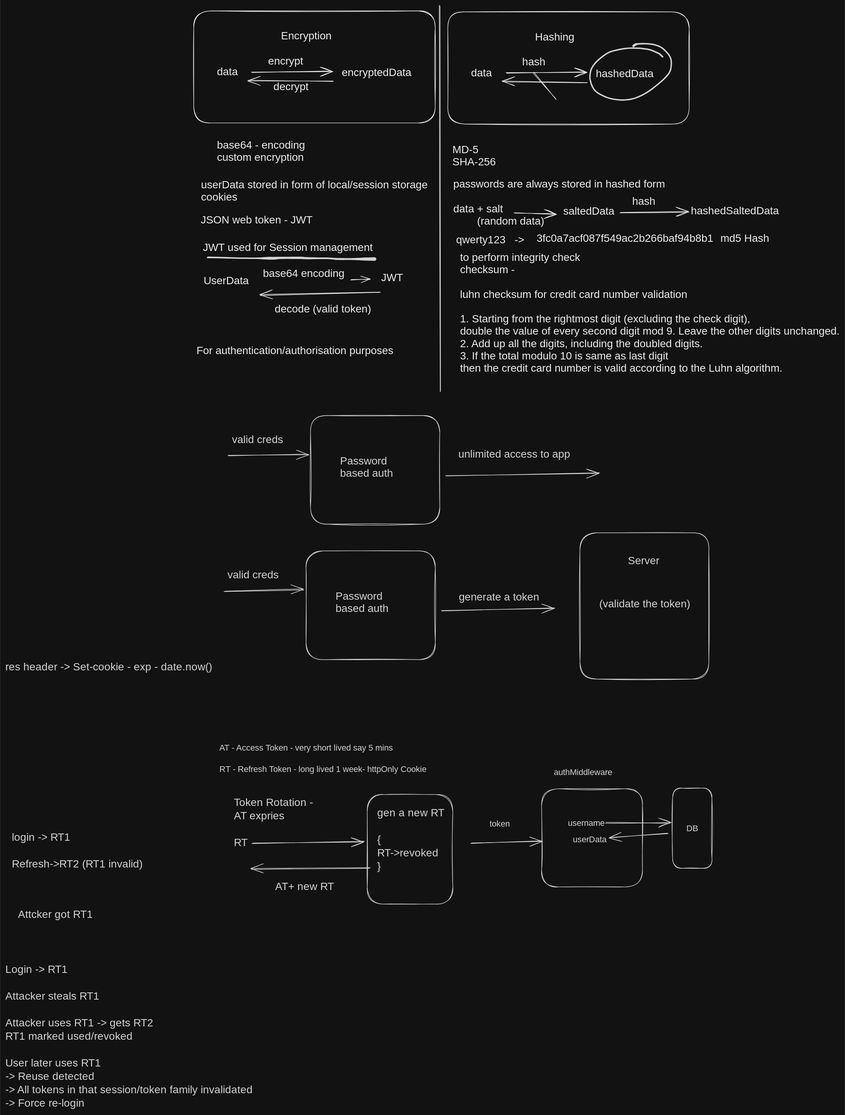
nikhilsharma2407/batch-68 keeps this Excalidraw diagram as notes/Day-15 Hashing vs Encryption, Intro to session management using auth token.svg. Above is the earlier version. Source tidied: one line per element, renumbered; positions are measured from the earlier drawing's top-left corner, leaving out a move shared by most shapes. Source of this version:
```json
{"id": 0, "type": "text", "text": "data ", "strokeColor": "#000000", "strokeWidth": 1, "roughness": 1, "fontSize": 20, "fontFamily": 2, "x": 395, "y": 113, "width": 44, "height": 23}
{"id": 1, "type": "arrow", "strokeColor": "#000000", "strokeWidth": 1, "roughness": 1, "endArrowhead": "arrow", "round": true, "x": 461, "y": 125, "width": 150, "height": 2, "points": [[0, 0], [150, -2]]}
{"id": 2, "type": "text", "text": "encrypt", "strokeColor": "#000000", "strokeWidth": 1, "roughness": 1, "fontSize": 20, "fontFamily": 2, "x": 491, "y": 93, "width": 66, "height": 23}
{"id": 3, "type": "text", "text": "decrypt", "strokeColor": "#000000", "strokeWidth": 1, "roughness": 1, "fontSize": 20, "fontFamily": 2, "x": 501, "y": 142, "width": 66, "height": 23}
{"id": 4, "type": "text", "text": "encryptedData", "strokeColor": "#000000", "strokeWidth": 1, "roughness": 1, "fontSize": 20, "fontFamily": 2, "x": 629, "y": 115, "width": 130, "height": 23}
{"id": 5, "type": "arrow", "strokeColor": "#000000", "strokeWidth": 1, "roughness": 1, "endArrowhead": "arrow", "round": true, "to": 0, "x": 612, "y": 141, "width": 158, "height": 2, "points": [[0, 0], [-158, -2]]}
{"id": 6, "type": "text", "text": "Encryption", "strokeColor": "#000000", "strokeWidth": 1, "roughness": 1, "fontSize": 20, "fontFamily": 2, "x": 515, "y": 46, "width": 94, "height": 23}
{"id": 7, "type": "rectangle", "strokeColor": "#000000", "strokeWidth": 1, "roughness": 1, "round": true, "x": 352, "y": 10, "width": 451, "height": 210}
{"id": 8, "type": "text", "text": "data ", "strokeColor": "#000000", "strokeWidth": 1, "roughness": 1, "fontSize": 20, "fontFamily": 2, "x": 870, "y": 115, "width": 44, "height": 23}
{"id": 9, "type": "arrow", "strokeColor": "#000000", "strokeWidth": 1, "roughness": 1, "endArrowhead": "arrow", "round": true, "x": 936, "y": 127, "width": 150, "height": 2, "points": [[0, 0], [150, -2]]}
{"id": 10, "type": "text", "text": "hash", "strokeColor": "#000000", "strokeWidth": 1, "roughness": 1, "fontSize": 20, "fontFamily": 2, "x": 966, "y": 95, "width": 43, "height": 23}
{"id": 11, "type": "text", "text": "hashedData", "strokeColor": "#000000", "strokeWidth": 1, "roughness": 1, "fontSize": 20, "fontFamily": 2, "x": 1103, "y": 117, "width": 108, "height": 23}
{"id": 12, "type": "arrow", "strokeColor": "#000000", "strokeWidth": 1, "roughness": 1, "endArrowhead": "arrow", "round": true, "to": 8, "x": 1087, "y": 143, "width": 158, "height": 2, "points": [[0, 0], [-158, -2]]}
{"id": 13, "type": "text", "text": "Hashing", "strokeColor": "#000000", "strokeWidth": 1, "roughness": 1, "fontSize": 20, "fontFamily": 2, "x": 990, "y": 48, "width": 73, "height": 23}
{"id": 14, "type": "rectangle", "strokeColor": "#000000", "strokeWidth": 1, "roughness": 1, "round": true, "x": 827, "y": 12, "width": 451, "height": 210}
{"id": 15, "type": "line", "strokeColor": "#000000", "strokeWidth": 1, "roughness": 1, "round": true, "x": 987, "y": 125, "width": 42, "height": 50, "points": [[0, 0], [42, 50]]}
{"id": 16, "type": "line", "strokeColor": "#000000", "strokeWidth": 1, "roughness": 1, "round": true, "x": 812, "y": 0, "width": 0, "height": 721, "points": [[0, 0], [0, 721]]}
{"id": 17, "type": "text", "text": "base64 - encoding\ncustom encryption", "strokeColor": "#000000", "strokeWidth": 1, "roughness": 1, "fontSize": 20, "fontFamily": 2, "x": 395, "y": 250, "width": 165, "height": 46}
{"id": 18, "type": "text", "text": "MD-5 \nSHA-256", "strokeColor": "#000000", "strokeWidth": 1, "roughness": 1, "fontSize": 20, "fontFamily": 2, "x": 835, "y": 259, "width": 81, "height": 46}
{"id": 19, "type": "text", "text": "passwords are always stored in hashed form\n\ndata + salt\n        (random data)", "strokeColor": "#000000", "strokeWidth": 1, "roughness": 1, "fontSize": 20, "fontFamily": 2, "x": 837, "y": 324, "width": 396, "height": 92}
{"id": 20, "type": "arrow", "strokeColor": "#000000", "strokeWidth": 1, "roughness": 1, "endArrowhead": "arrow", "round": true, "to": 21, "x": 952, "y": 388, "width": 77, "height": 2, "points": [[0, 0], [77, 2]]}
{"id": 21, "type": "text", "text": "saltedData", "strokeColor": "#000000", "strokeWidth": 1, "roughness": 1, "fontSize": 20, "fontFamily": 2, "x": 1043, "y": 374, "width": 96, "height": 23}
{"id": 22, "type": "arrow", "strokeColor": "#000000", "strokeWidth": 1, "roughness": 1, "endArrowhead": "arrow", "round": true, "from": 21, "to": 24, "x": 1149, "y": 387, "width": 127, "height": 2, "points": [[0, 0], [127, -2]]}
{"id": 23, "type": "text", "text": "hash", "strokeColor": "#000000", "strokeWidth": 1, "roughness": 1, "fontSize": 20, "fontFamily": 2, "x": 1171, "y": 356, "width": 43, "height": 23}
{"id": 24, "type": "text", "text": "hashedSaltedData", "strokeColor": "#000000", "strokeWidth": 1, "roughness": 1, "fontSize": 20, "fontFamily": 2, "x": 1281, "y": 374, "width": 165, "height": 23}
{"id": 25, "type": "text", "text": "qwerty123   ->", "strokeColor": "#000000", "strokeWidth": 1, "roughness": 1, "fontSize": 20, "fontFamily": 2, "x": 842, "y": 428, "width": 127, "height": 23}
{"id": 26, "type": "text", "text": "3fc0a7acf087f549ac2b266baf94b8b1", "strokeColor": "#000000", "strokeWidth": 1, "roughness": 1, "fontSize": 20, "fontFamily": 2, "x": 993, "y": 425, "width": 330, "height": 23}
{"id": 27, "type": "text", "text": "md5 Hash", "strokeColor": "#000000", "strokeWidth": 1, "roughness": 1, "fontSize": 20, "fontFamily": 2, "x": 1336, "y": 425, "width": 91, "height": 23}
{"id": 28, "type": "text", "text": "to perform integrity check\nchecksum - \n\nluhn checksum for credit card number validation\n\n1. Starting from the rightmost digit (excluding the check digit), \ndouble the value of every second digit mod 9. Leave the other digits unchanged.\n2. Add up all the digits, including the doubled digits.\n3. If the total modulo 10 is same as last digit\nthen the credit card number is valid according to the Luhn algorithm.\n\n", "strokeColor": "#000000", "strokeWidth": 1, "roughness": 1, "fontSize": 20, "fontFamily": 2, "x": 850, "y": 461, "width": 709, "height": 276}
{"id": 29, "type": "text", "text": "userData stored in form of local/session storage\ncookies", "strokeColor": "#000000", "strokeWidth": 1, "roughness": 1, "fontSize": 20, "fontFamily": 2, "x": 366, "y": 325, "width": 424, "height": 46}
{"id": 30, "type": "text", "text": "JSON web token - JWT", "strokeColor": "#000000", "strokeWidth": 1, "roughness": 1, "fontSize": 20, "fontFamily": 2, "x": 365, "y": 391, "width": 209, "height": 23}
{"id": 31, "type": "text", "text": "JWT used for Session management\n", "strokeColor": "#000000", "strokeWidth": 1, "roughness": 1, "fontSize": 20, "fontFamily": 2, "x": 369, "y": 442, "width": 318, "height": 46}
{"id": 32, "type": "text", "text": "UserData ", "strokeColor": "#000000", "strokeWidth": 1, "roughness": 1, "fontSize": 20, "fontFamily": 2, "x": 370, "y": 504, "width": 90, "height": 23}
{"id": 33, "type": "arrow", "strokeColor": "#000000", "strokeWidth": 1, "roughness": 1, "endArrowhead": "arrow", "round": true, "from": 35, "x": 646, "y": 513, "width": 36, "height": 1, "points": [[0, 0], [36, -1]]}
{"id": 34, "type": "text", "text": "JWT", "strokeColor": "#000000", "strokeWidth": 1, "roughness": 1, "fontSize": 20, "fontFamily": 2, "x": 702, "y": 498, "width": 41, "height": 23}
{"id": 35, "type": "text", "text": "base64 encoding", "strokeColor": "#000000", "strokeWidth": 1, "roughness": 1, "fontSize": 20, "fontFamily": 2, "x": 481, "y": 490, "width": 152, "height": 23}
{"id": 36, "type": "arrow", "strokeColor": "#000000", "strokeWidth": 1, "roughness": 1, "endArrowhead": "arrow", "round": true, "from": 34, "x": 701, "y": 535, "width": 226, "height": 7, "points": [[0, 0], [-226, 7]]}
{"id": 37, "type": "text", "text": "decode (valid token)", "strokeColor": "#000000", "strokeWidth": 1, "roughness": 1, "fontSize": 20, "fontFamily": 2, "x": 503, "y": 557, "width": 180, "height": 23}
{"id": 38, "type": "text", "text": "For authentication/authorisation purposes", "strokeColor": "#000000", "strokeWidth": 1, "roughness": 1, "fontSize": 20, "fontFamily": 2, "x": 357, "y": 635, "width": 368, "height": 23}
{"id": 39, "type": "rectangle", "strokeColor": "#1e1e1e", "strokeWidth": 1, "roughness": 1, "round": true, "x": 570, "y": 767, "width": 242, "height": 203}
{"id": 40, "type": "text", "text": "Password\nbased auth", "strokeColor": "#1e1e1e", "strokeWidth": 1, "roughness": 1, "fontSize": 20, "fontFamily": 2, "x": 625, "y": 841, "width": 99, "height": 46}
{"id": 41, "type": "arrow", "strokeColor": "#1e1e1e", "strokeWidth": 1, "roughness": 1, "endArrowhead": "arrow", "round": true, "to": 39, "x": 417, "y": 842, "width": 149, "height": 2, "points": [[0, 0], [149, -2]]}
{"id": 42, "type": "text", "text": "valid creds", "strokeColor": "#1e1e1e", "strokeWidth": 1, "roughness": 1, "fontSize": 20, "fontFamily": 2, "x": 423, "y": 801, "width": 96, "height": 23}
{"id": 43, "type": "arrow", "strokeColor": "#1e1e1e", "strokeWidth": 1, "roughness": 1, "endArrowhead": "arrow", "round": true, "from": 39, "x": 824, "y": 879, "width": 286, "height": 5, "points": [[0, 0], [286, -5]]}
{"id": 44, "type": "text", "text": "unlimited access to app", "strokeColor": "#1e1e1e", "strokeWidth": 1, "roughness": 1, "fontSize": 20, "fontFamily": 2, "x": 846, "y": 829, "width": 209, "height": 23}
{"id": 45, "type": "rectangle", "strokeColor": "#1e1e1e", "strokeWidth": 1, "roughness": 1, "round": true, "x": 562, "y": 1020, "width": 242, "height": 203}
{"id": 46, "type": "text", "text": "Password\nbased auth", "strokeColor": "#1e1e1e", "strokeWidth": 1, "roughness": 1, "fontSize": 20, "fontFamily": 2, "x": 617, "y": 1094, "width": 99, "height": 46}
{"id": 47, "type": "arrow", "strokeColor": "#1e1e1e", "strokeWidth": 1, "roughness": 1, "endArrowhead": "arrow", "round": true, "to": 45, "x": 409, "y": 1095, "width": 149, "height": 2, "points": [[0, 0], [149, -2]]}
{"id": 48, "type": "text", "text": "valid creds", "strokeColor": "#1e1e1e", "strokeWidth": 1, "roughness": 1, "fontSize": 20, "fontFamily": 2, "x": 415, "y": 1054, "width": 96, "height": 23}
{"id": 49, "type": "arrow", "strokeColor": "#1e1e1e", "strokeWidth": 1, "roughness": 1, "endArrowhead": "arrow", "round": true, "from": 45, "x": 816, "y": 1132, "width": 212, "height": 5, "points": [[0, 0], [212, -5]]}
{"id": 50, "type": "text", "text": "generate a token", "strokeColor": "#1e1e1e", "strokeWidth": 1, "roughness": 1, "fontSize": 20, "fontFamily": 2, "x": 847, "y": 1096, "width": 150, "height": 23}
{"id": 51, "type": "rectangle", "strokeColor": "#1e1e1e", "strokeWidth": 1, "roughness": 1, "round": true, "x": 1074, "y": 986, "width": 241, "height": 274}
{"id": 52, "type": "text", "text": "Server", "strokeColor": "#1e1e1e", "strokeWidth": 1, "roughness": 1, "fontSize": 20, "fontFamily": 2, "x": 1163, "y": 1028, "width": 59, "height": 23}
{"id": 53, "type": "text", "text": "(validate the token)", "strokeColor": "#1e1e1e", "strokeWidth": 1, "roughness": 1, "fontSize": 20, "fontFamily": 2, "x": 1110, "y": 1108, "width": 170, "height": 23}
{"id": 54, "type": "freedraw", "strokeColor": "#1e1e1e", "strokeWidth": 1, "roughness": 1, "x": 1228, "y": 96, "width": 153, "height": 106, "points": [[0, 0], [-4, -4], [-8, -7], [-20, -12], [-31, -15], [-47, -16], [-63, -16], [-74, -15], [-92, -11], [-103, -7], [-113, 0], [-123, 8], [-133, 21], [-136, 32], [-136, 45], [-129, 62], [-116, 72], [-91, 81], [-66, 82], [-42, 76], [-16, 59], [6, 39], [15, 28], [17, 16], [15, -2], [6, -11], [-5, -20], [-16, -23], [-31, -25], [-38, -25], [-46, -24], [-51, -23], [-52, -22], [-54, -20]]}
{"id": 55, "type": "freedraw", "strokeColor": "#1e1e1e", "strokeWidth": 1, "roughness": 1, "x": 378, "y": 471, "width": 312, "height": 3, "points": [[0, 0], [20, 0], [57, 1], [83, 1], [94, 1], [103, 1], [109, 1], [114, 1], [123, 1], [132, 1], [143, 1], [154, 1], [163, 1], [171, 1], [182, 1], [193, 1], [207, 1], [221, 1], [231, 2], [242, 3], [254, 3], [265, 3], [275, 3], [283, 3], [288, 3], [291, 3], [296, 3], [301, 3], [305, 3], [308, 3], [311, 3]]}
{"id": 56, "type": "text", "text": "\n\nAT - Access Token - very short lived say 5 mins\n\nRT - Refresh Token - long lived 1 week- httpOnly Cookie", "strokeColor": "#1e1e1e", "strokeWidth": 1, "roughness": 1, "fontSize": 16, "fontFamily": 6, "x": 400, "y": 1338, "width": 409, "height": 100}
{"id": 57, "type": "rectangle", "strokeColor": "#1e1e1e", "strokeWidth": 1, "roughness": 1, "round": true, "x": 1002, "y": 1465, "width": 188, "height": 184}
{"id": 58, "type": "arrow", "strokeColor": "#1e1e1e", "strokeWidth": 1, "roughness": 1, "endArrowhead": "arrow", "round": true, "to": 57, "x": 871, "y": 1567, "width": 132, "height": 4, "points": [[0, 0], [132, -4]]}
{"id": 59, "type": "text", "text": "token", "strokeColor": "#1e1e1e", "strokeWidth": 1, "roughness": 1, "fontSize": 16, "fontFamily": 6, "x": 905, "y": 1520, "width": 40, "height": 20}
{"id": 60, "type": "text", "text": "username", "strokeColor": "#1e1e1e", "strokeWidth": 1, "roughness": 1, "fontSize": 16, "fontFamily": 6, "x": 1051, "y": 1518, "width": 71, "height": 20}
{"id": 61, "type": "text", "text": "authMiddleware", "strokeColor": "#1e1e1e", "strokeWidth": 1, "roughness": 1, "fontSize": 16, "fontFamily": 6, "x": 1025, "y": 1424, "width": 118, "height": 20}
{"id": 62, "type": "arrow", "strokeColor": "#1e1e1e", "strokeWidth": 1, "roughness": 1, "endArrowhead": "arrow", "round": true, "x": 1122, "y": 1528, "width": 121, "height": 0, "points": [[0, 0], [121, 0]]}
{"id": 63, "type": "rectangle", "strokeColor": "#1e1e1e", "strokeWidth": 1, "roughness": 1, "round": true, "x": 1247, "y": 1463, "width": 74, "height": 150}
{"id": 64, "type": "text", "text": "DB", "strokeColor": "#1e1e1e", "strokeWidth": 1, "roughness": 1, "fontSize": 16, "fontFamily": 6, "textAlign": "center", "verticalAlign": "middle", "inside": 63, "x": 1272, "y": 1528, "width": 23, "height": 20}
{"id": 65, "type": "arrow", "strokeColor": "#1e1e1e", "strokeWidth": 1, "roughness": 1, "endArrowhead": "arrow", "round": true, "from": 63, "x": 1238, "y": 1548, "width": 109, "height": 9, "points": [[0, 0], [-109, 9]]}
{"id": 66, "type": "text", "text": "userData", "strokeColor": "#1e1e1e", "strokeWidth": 1, "roughness": 1, "fontSize": 16, "fontFamily": 6, "x": 1061, "y": 1549, "width": 66, "height": 20}
{"id": 67, "type": "text", "text": "Token Rotation - \nAT expries\n\nRT", "strokeColor": "#1e1e1e", "strokeWidth": 1, "roughness": 1, "fontSize": 20, "fontFamily": 6, "x": 427, "y": 1478, "width": 155, "height": 100}
{"id": 68, "type": "arrow", "strokeColor": "#1e1e1e", "strokeWidth": 1, "roughness": 1, "endArrowhead": "arrow", "round": true, "from": 67, "x": 461, "y": 1567, "width": 210, "height": 5, "points": [[0, 0], [210, -5]]}
{"id": 69, "type": "rectangle", "strokeColor": "#1e1e1e", "strokeWidth": 1, "roughness": 1, "round": true, "x": 676, "y": 1475, "width": 160, "height": 205}
{"id": 70, "type": "arrow", "strokeColor": "#1e1e1e", "strokeWidth": 1, "roughness": 1, "endArrowhead": "arrow", "round": true, "from": 69, "x": 681, "y": 1614, "width": 221, "height": 1, "points": [[0, 0], [-221, 1]]}
{"id": 71, "type": "text", "text": "AT+ new RT", "strokeColor": "#1e1e1e", "strokeWidth": 1, "roughness": 1, "fontSize": 20, "fontFamily": 6, "x": 504, "y": 1635, "width": 112, "height": 25}
{"id": 72, "type": "text", "text": "gen a new RT\n\n{\nRT->revoked\n}", "strokeColor": "#1e1e1e", "strokeWidth": 1, "roughness": 1, "fontSize": 20, "fontFamily": 6, "x": 695, "y": 1497, "width": 124, "height": 125}
{"id": 73, "type": "text", "text": "res header -> Set-cookie - exp - date.now()\n", "strokeColor": "#1e1e1e", "strokeWidth": 1, "roughness": 1, "fontSize": 20, "fontFamily": 6, "x": 0, "y": 1224, "width": 391, "height": 50}
{"id": 74, "type": "text", "text": "login -> RT1\n\nRefresh->RT2 (RT1 invalid)", "strokeColor": "#1e1e1e", "strokeWidth": 1, "roughness": 1, "fontSize": 20, "fontFamily": 6, "x": 12, "y": 1543, "width": 247, "height": 75}
{"id": 75, "type": "text", "text": "Attcker got RT1\n", "strokeColor": "#1e1e1e", "strokeWidth": 1, "roughness": 1, "fontSize": 20, "fontFamily": 6, "x": 23, "y": 1687, "width": 143, "height": 50}
{"id": 76, "type": "text", "text": "Login -> RT1\n\nAttacker steals RT1\n\nAttacker uses RT1 -> gets RT2\nRT1 marked used/revoked\n\nUser later uses RT1\n-> Reuse detected\n-> All tokens in that session/token family invalidated\n-> Force re-login", "strokeColor": "#1e1e1e", "strokeWidth": 1, "roughness": 1, "fontSize": 20, "fontFamily": 6, "x": 0, "y": 1790, "width": 474, "height": 275}
```
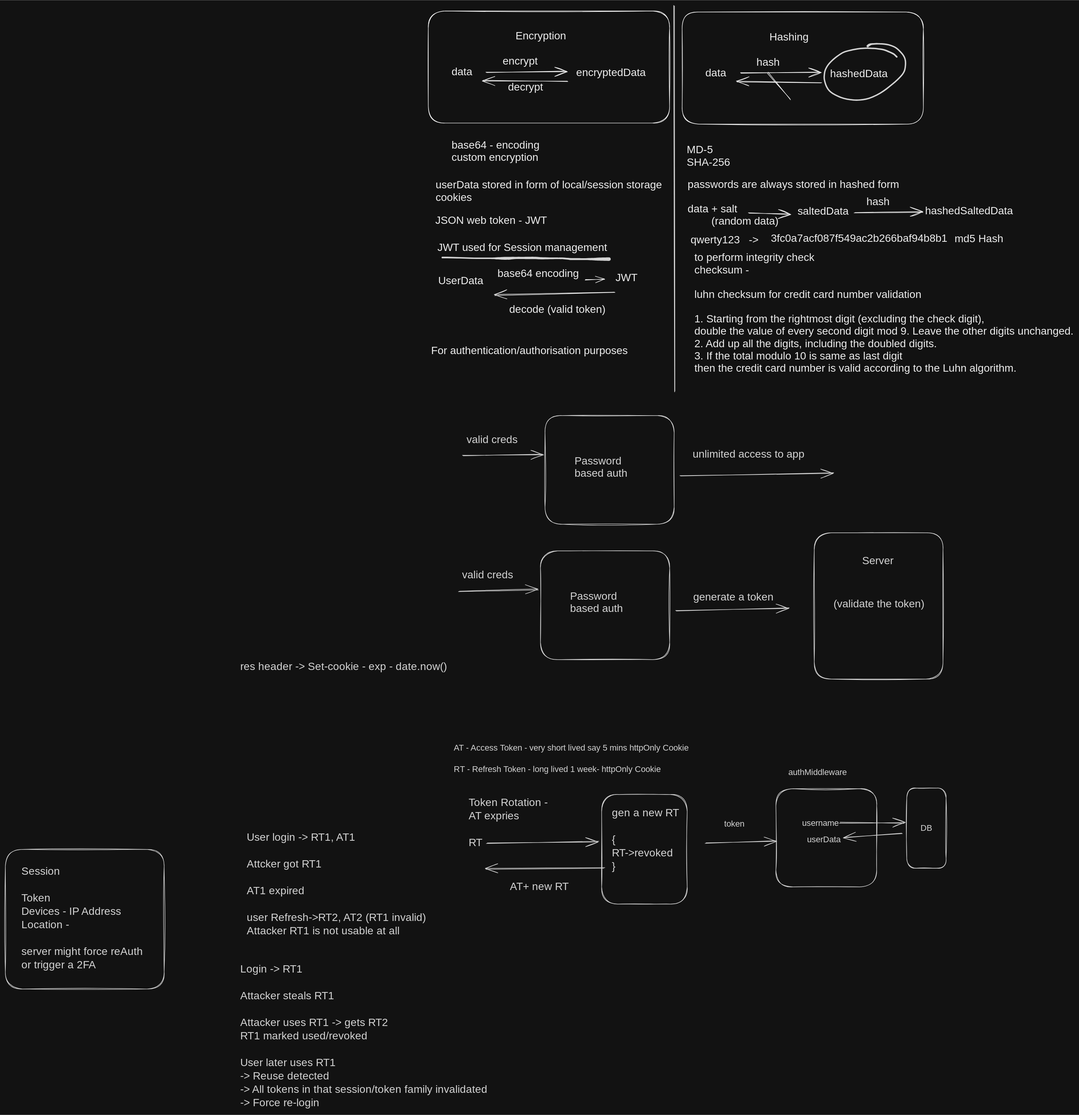
After the change.

Commit message:
Day-16: Client side storage, httpOnly cookies, auth using token, 2FA setup via Google Authenticator

What changed in the source:
```diff
@@ -54,7 +54,7 @@
 {"id": 53, "type": "text", "text": "(validate the token)", "strokeColor": "#1e1e1e", "strokeWidth": 1, "roughness": 1, "fontSize": 20, "fontFamily": 2, "x": 1110, "y": 1108, "width": 170, "height": 23}
 {"id": 54, "type": "freedraw", "strokeColor": "#1e1e1e", "strokeWidth": 1, "roughness": 1, "x": 1228, "y": 96, "width": 153, "height": 106, "points": [[0, 0], [-4, -4], [-8, -7], [-20, -12], [-31, -15], [-47, -16], [-63, -16], [-74, -15], [-92, -11], [-103, -7], [-113, 0], [-123, 8], [-133, 21], [-136, 32], [-136, 45], [-129, 62], [-116, 72], [-91, 81], [-66, 82], [-42, 76], [-16, 59], [6, 39], [15, 28], [17, 16], [15, -2], [6, -11], [-5, -20], [-16, -23], [-31, -25], [-38, -25], [-46, -24], [-51, -23], [-52, -22], [-54, -20]]}
 {"id": 55, "type": "freedraw", "strokeColor": "#1e1e1e", "strokeWidth": 1, "roughness": 1, "x": 378, "y": 471, "width": 312, "height": 3, "points": [[0, 0], [20, 0], [57, 1], [83, 1], [94, 1], [103, 1], [109, 1], [114, 1], [123, 1], [132, 1], [143, 1], [154, 1], [163, 1], [171, 1], [182, 1], [193, 1], [207, 1], [221, 1], [231, 2], [242, 3], [254, 3], [265, 3], [275, 3], [283, 3], [288, 3], [291, 3], [296, 3], [301, 3], [305, 3], [308, 3], [311, 3]]}
-{"id": 56, "type": "text", "text": "\n\nAT - Access Token - very short lived say 5 mins\n\nRT - Refresh Token - long lived 1 week- httpOnly Cookie", "strokeColor": "#1e1e1e", "strokeWidth": 1, "roughness": 1, "fontSize": 16, "fontFamily": 6, "x": 400, "y": 1338, "width": 409, "height": 100}
+{"id": 56, "type": "text", "text": "\n\nAT - Access Token - very short lived say 5 mins httpOnly Cookie\n\nRT - Refresh Token - long lived 1 week- httpOnly Cookie", "strokeColor": "#1e1e1e", "strokeWidth": 1, "roughness": 1, "fontSize": 16, "fontFamily": 6, "x": 400, "y": 1338, "width": 462, "height": 100}
 {"id": 57, "type": "rectangle", "strokeColor": "#1e1e1e", "strokeWidth": 1, "roughness": 1, "round": true, "x": 1002, "y": 1465, "width": 188, "height": 184}
 {"id": 58, "type": "arrow", "strokeColor": "#1e1e1e", "strokeWidth": 1, "roughness": 1, "endArrowhead": "arrow", "round": true, "to": 57, "x": 871, "y": 1567, "width": 132, "height": 4, "points": [[0, 0], [132, -4]]}
 {"id": 59, "type": "text", "text": "token", "strokeColor": "#1e1e1e", "strokeWidth": 1, "roughness": 1, "fontSize": 16, "fontFamily": 6, "x": 905, "y": 1520, "width": 40, "height": 20}
@@ -72,6 +72,7 @@
 {"id": 71, "type": "text", "text": "AT+ new RT", "strokeColor": "#1e1e1e", "strokeWidth": 1, "roughness": 1, "fontSize": 20, "fontFamily": 6, "x": 504, "y": 1635, "width": 112, "height": 25}
 {"id": 72, "type": "text", "text": "gen a new RT\n\n{\nRT->revoked\n}", "strokeColor": "#1e1e1e", "strokeWidth": 1, "roughness": 1, "fontSize": 20, "fontFamily": 6, "x": 695, "y": 1497, "width": 124, "height": 125}
 {"id": 73, "type": "text", "text": "res header -> Set-cookie - exp - date.now()\n", "strokeColor": "#1e1e1e", "strokeWidth": 1, "roughness": 1, "fontSize": 20, "fontFamily": 6, "x": 0, "y": 1224, "width": 391, "height": 50}
-{"id": 74, "type": "text", "text": "login -> RT1\n\nRefresh->RT2 (RT1 invalid)", "strokeColor": "#1e1e1e", "strokeWidth": 1, "roughness": 1, "fontSize": 20, "fontFamily": 6, "x": 12, "y": 1543, "width": 247, "height": 75}
+{"id": 74, "type": "text", "text": "User login -> RT1, AT1\n\nAttcker got RT1\n\nAT1 expired\n\nuser Refresh->RT2, AT2 (RT1 invalid)\nAttacker RT1 is not usable at all", "strokeColor": "#1e1e1e", "strokeWidth": 1, "roughness": 1, "fontSize": 20, "fontFamily": 6, "x": 12, "y": 1543, "width": 339, "height": 200}
-{"id": 75, "type": "text", "text": "Attcker got RT1\n", "strokeColor": "#1e1e1e", "strokeWidth": 1, "roughness": 1, "fontSize": 20, "fontFamily": 6, "x": 23, "y": 1687, "width": 143, "height": 50}
 {"id": 76, "type": "text", "text": "Login -> RT1\n\nAttacker steals RT1\n\nAttacker uses RT1 -> gets RT2\nRT1 marked used/revoked\n\nUser later uses RT1\n-> Reuse detected\n-> All tokens in that session/token family invalidated\n-> Force re-login", "strokeColor": "#1e1e1e", "strokeWidth": 1, "roughness": 1, "fontSize": 20, "fontFamily": 6, "x": 0, "y": 1790, "width": 474, "height": 275}
+{"id": 77, "type": "text", "text": "Session\n\nToken\nDevices - IP Address\nLocation - \n\nserver might force reAuth\nor trigger a 2FA", "strokeColor": "#1e1e1e", "strokeWidth": 1, "roughness": 1, "fontSize": 20, "fontFamily": 6, "x": -409, "y": 1606, "width": 232, "height": 200}
+{"id": 78, "type": "rectangle", "strokeColor": "#1e1e1e", "strokeWidth": 1, "roughness": 1, "round": true, "x": -439, "y": 1578, "width": 297, "height": 261}
```
